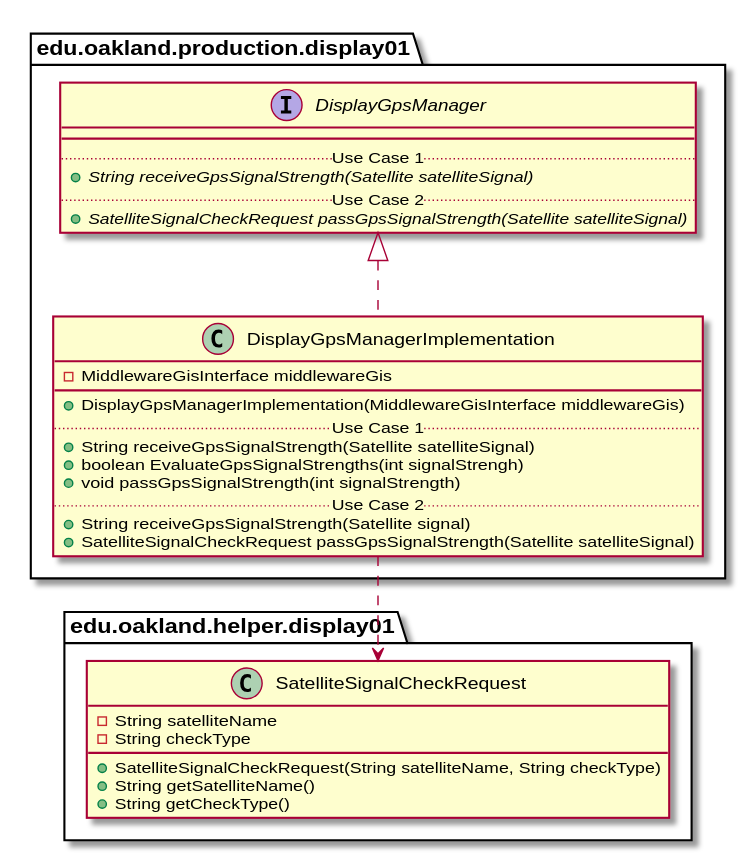
andrewdimmer/csi-3370-software-project keeps this PlantUML diagram as docs/uml-class-diagrams/display01/production/DisplayGpsManagerImplementation/DisplayGpsManagerImplementation_Closure.svg. Above is the earlier version.
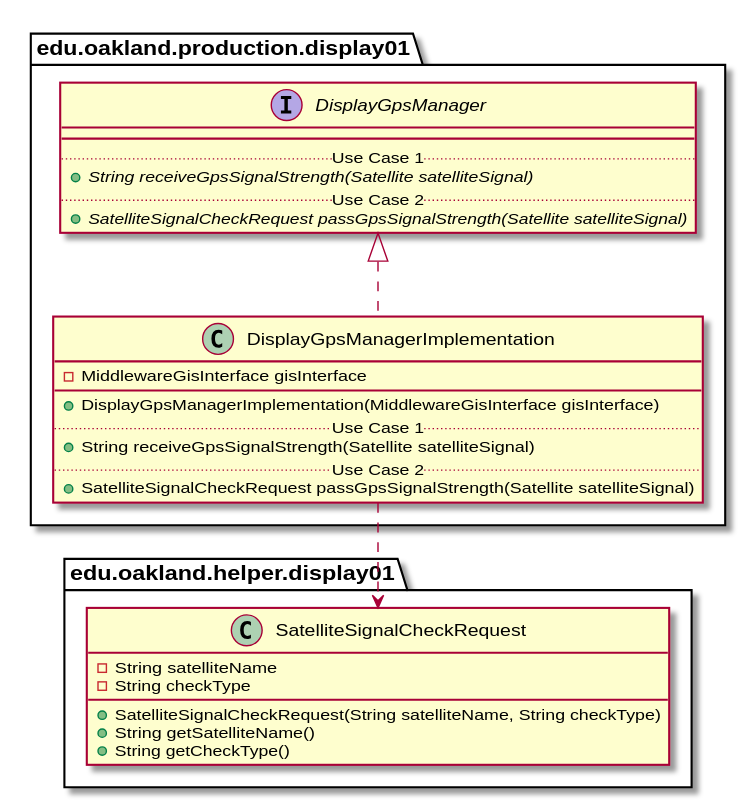
Later version of the same file.

The edit, as a diff of the source:
```diff
@@ -3,15 +3,12 @@
 
 package edu.oakland.production.display01 {
   class DisplayGpsManagerImplementation {
-    - MiddlewareGisInterface middlewareGis
+    - MiddlewareGisInterface gisInterface
    __
-    + DisplayGpsManagerImplementation(MiddlewareGisInterface middlewareGis)
+    + DisplayGpsManagerImplementation(MiddlewareGisInterface gisInterface)
     .. Use Case 1 ..
     + String receiveGpsSignalStrength(Satellite satelliteSignal)
-    + boolean EvaluateGpsSignalStrengths(int signalStrengh)
-    + void passGpsSignalStrength(int signalStrength)
     .. Use Case 2 ..
-    + String receiveGpsSignalStrength(Satellite signal)
     + SatelliteSignalCheckRequest passGpsSignalStrength(Satellite satelliteSignal)
     }
 }
```
